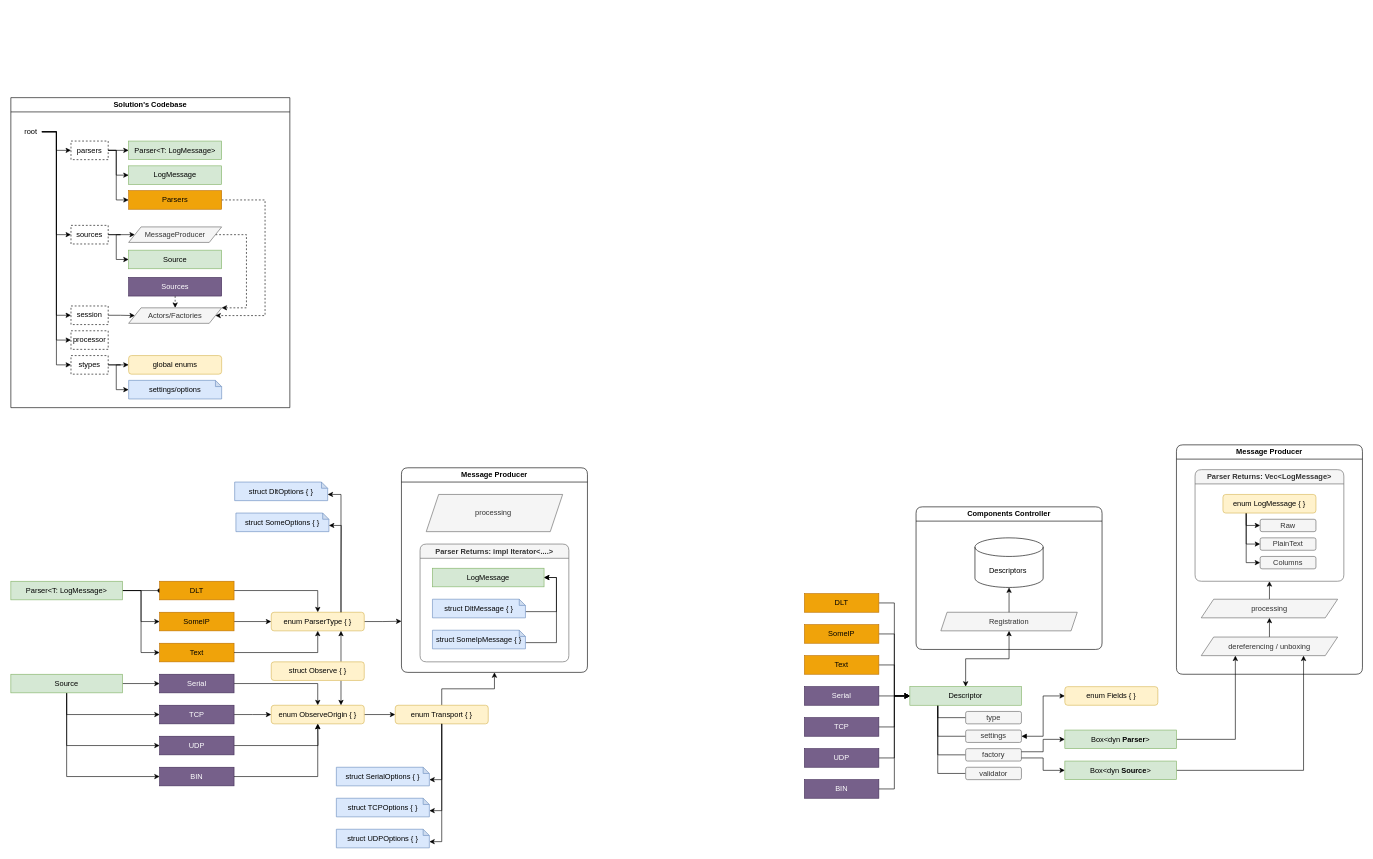
This is refactoring.drawio from DmitryAstafyev/chipmunk3_roadmap, a draw.io file, before an edit. Source tidied: cells renumbered, new cells numbered last; positions are measured from the earlier drawing's top-left corner, leaving out a move shared by most shapes. Both pictures are drawn from the tidied source at 62%, with x=0, y=0 at pixel (11, 97).
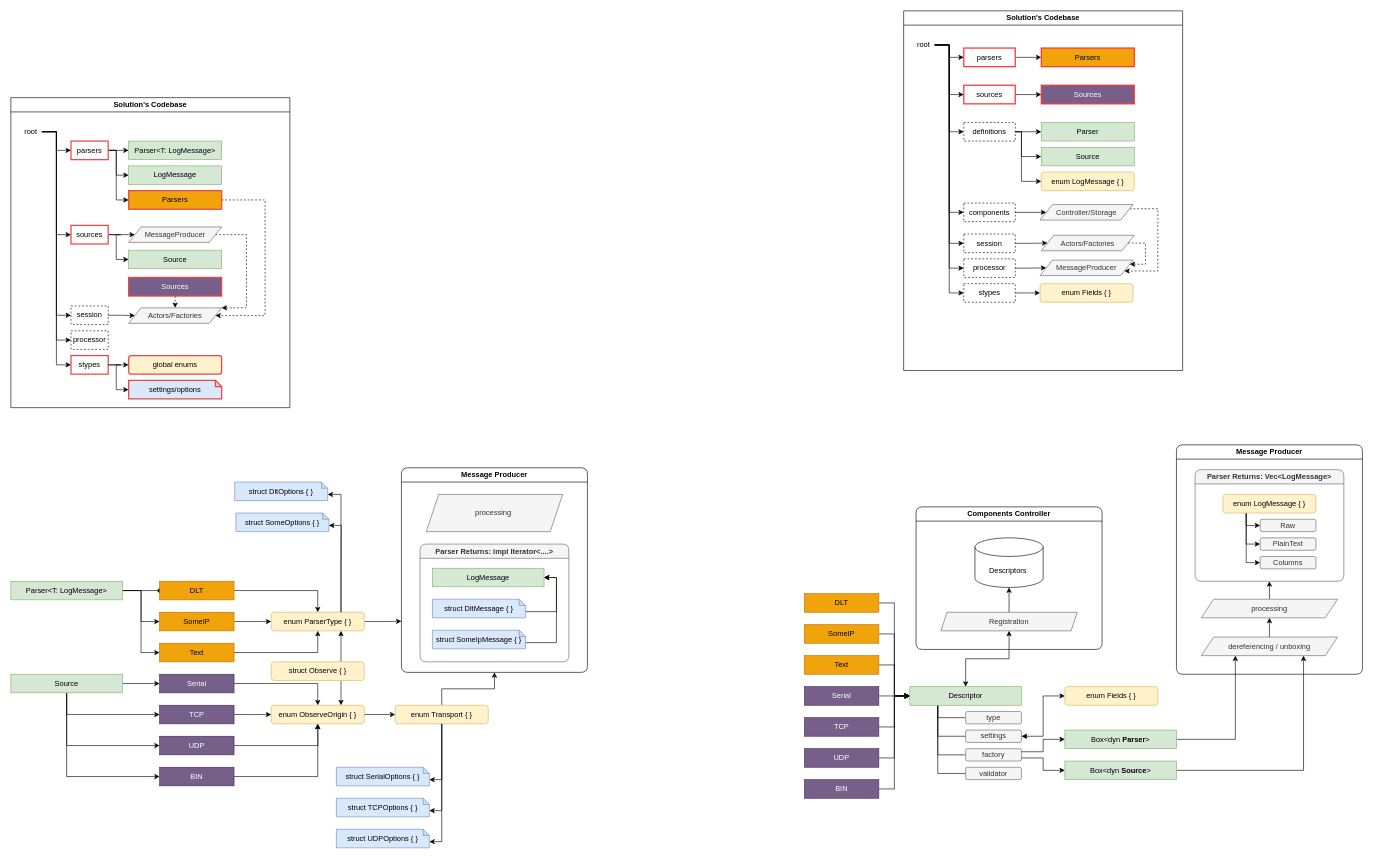
The same page after the edit.

The change refers to these unchanged cells:
```xml
<mxCell id="49" value="Solution's Codebase" style="swimlane;whiteSpace=wrap;html=1;" parent="1" vertex="1">
  <mxGeometry width="450" height="500" as="geometry" />
</mxCell>
```

The edit, as a diff of the source:
```diff
@@
-    <mxCell id="53" value="parsers" style="text;html=1;align=center;verticalAlign=middle;whiteSpace=wrap;rounded=0;strokeColor=default;dashed=1;" parent="49" vertex="1">
+    <mxCell id="53" value="parsers" style="text;html=1;align=center;verticalAlign=middle;whiteSpace=wrap;rounded=0;strokeColor=light-dark(#ed4545, #ededed);strokeWidth=2;" parent="49" vertex="1">
       <mxGeometry x="97" y="70" width="60" height="30" as="geometry" />
     </mxCell>
@@
-    <mxCell id="59" value="Parsers" style="rounded=0;whiteSpace=wrap;html=1;fillColor=#f0a30a;strokeColor=#BD7000;fontColor=#000000;" parent="49" vertex="1">
+    <mxCell id="59" value="Parsers" style="rounded=0;whiteSpace=wrap;html=1;fillColor=#f0a30a;strokeColor=light-dark(#ed4545, #ededed);fontColor=#000000;strokeWidth=2;" parent="49" vertex="1">
       <mxGeometry x="190" y="150" width="150" height="30" as="geometry" />
     </mxCell>
@@
-    <mxCell id="61" value="Sources" style="rounded=0;whiteSpace=wrap;html=1;fillColor=#76608a;fontColor=#ffffff;strokeColor=#432D57;" parent="49" vertex="1">
+    <mxCell id="61" value="Sources" style="rounded=0;whiteSpace=wrap;html=1;fillColor=#76608a;fontColor=#ffffff;strokeColor=light-dark(#ed4545, #ededed);strokeWidth=2;" parent="49" vertex="1">
       <mxGeometry x="190" y="290" width="150" height="30" as="geometry" />
     </mxCell>
@@
-    <mxCell id="65" value="sources" style="text;html=1;align=center;verticalAlign=middle;whiteSpace=wrap;rounded=0;strokeColor=default;dashed=1;" parent="1" vertex="1">
+    <mxCell id="65" value="sources" style="text;html=1;align=center;verticalAlign=middle;whiteSpace=wrap;rounded=0;strokeColor=light-dark(#ed4545, #ededed);strokeWidth=2;" parent="1" vertex="1">
       <mxGeometry x="97" y="206" width="60" height="30" as="geometry" />
     </mxCell>
@@
-    <mxCell id="70" value="stypes" style="text;html=1;align=center;verticalAlign=middle;whiteSpace=wrap;rounded=0;strokeColor=default;dashed=1;" parent="1" vertex="1">
+    <mxCell id="70" value="stypes" style="text;html=1;align=center;verticalAlign=middle;whiteSpace=wrap;rounded=0;strokeColor=light-dark(#ed4545, #ededed);strokeWidth=2;" parent="1" vertex="1">
       <mxGeometry x="97" y="416" width="60" height="30" as="geometry" />
     </mxCell>
-    <mxCell id="71" value="global enums" style="rounded=1;whiteSpace=wrap;html=1;fillColor=#fff2cc;strokeColor=#d6b656;" parent="1" vertex="1">
+    <mxCell id="71" value="global enums" style="rounded=1;whiteSpace=wrap;html=1;fillColor=#fff2cc;strokeColor=light-dark(#ed4545, #ededed);strokeWidth=2;" parent="1" vertex="1">
       <mxGeometry x="190" y="416" width="150" height="30" as="geometry" />
     </mxCell>
-    <mxCell id="72" value="settings/options" style="shape=note;whiteSpace=wrap;html=1;backgroundOutline=1;darkOpacity=0.05;size=10;fillColor=#dae8fc;strokeColor=#6c8ebf;" parent="1" vertex="1">
+    <mxCell id="72" value="settings/options" style="shape=note;whiteSpace=wrap;html=1;backgroundOutline=1;darkOpacity=0.05;size=10;fillColor=#dae8fc;strokeColor=light-dark(#ed4545, #ededed);strokeWidth=2;" parent="1" vertex="1">
       <mxGeometry x="190" y="456" width="150" height="30" as="geometry" />
     </mxCell>
@@
+    <mxCell id="134" value="Solution's Codebase" style="swimlane;whiteSpace=wrap;html=1;" parent="1" vertex="1">
+      <mxGeometry x="1440" y="-140" width="450" height="580" as="geometry" />
+    </mxCell>
+    <mxCell id="135" style="edgeStyle=orthogonalEdgeStyle;rounded=0;jettySize=auto;html=1;exitX=1;exitY=0.5;exitDx=0;exitDy=0;entryX=0;entryY=0.5;entryDx=0;entryDy=0;" parent="134" edge="1" source="136" target="141">
+      <mxGeometry relative="1" as="geometry" />
+    </mxCell>
+    <mxCell id="136" value="parsers" style="text;html=1;align=center;verticalAlign=middle;whiteSpace=wrap;rounded=0;strokeColor=light-dark(#FF3333,#EDEDED);strokeWidth=2;" parent="134" vertex="1">
+      <mxGeometry x="97" y="60" width="83" height="30" as="geometry" />
+    </mxCell>
+    <mxCell id="137" style="edgeStyle=orthogonalEdgeStyle;rounded=0;jettySize=auto;html=1;exitX=1;exitY=0.5;exitDx=0;exitDy=0;entryX=0;entryY=0.5;entryDx=0;entryDy=0;" parent="134" edge="1" source="140" target="136">
+      <mxGeometry relative="1" as="geometry" />
+    </mxCell>
+    <mxCell id="138" style="edgeStyle=orthogonalEdgeStyle;rounded=0;jettySize=auto;html=1;exitX=1;exitY=0.5;exitDx=0;exitDy=0;entryX=0;entryY=0.5;entryDx=0;entryDy=0;" parent="134" edge="1" source="140" target="146">
+      <mxGeometry relative="1" as="geometry" />
+    </mxCell>
+    <mxCell id="139" style="edgeStyle=orthogonalEdgeStyle;rounded=0;jettySize=auto;html=1;exitX=1;exitY=0.5;exitDx=0;exitDy=0;entryX=0;entryY=0.5;entryDx=0;entryDy=0;" parent="134" edge="1" source="140" target="154">
+      <mxGeometry relative="1" as="geometry" />
+    </mxCell>
+    <mxCell id="140" value="root" style="text;html=1;align=left;verticalAlign=middle;whiteSpace=wrap;rounded=0;" parent="134" vertex="1">
+      <mxGeometry x="20" y="40" width="30" height="30" as="geometry" />
+    </mxCell>
+    <mxCell id="141" value="Parsers" style="rounded=0;whiteSpace=wrap;html=1;fillColor=#f0a30a;strokeColor=#FF3333;fontColor=#000000;strokeWidth=2;" parent="134" vertex="1">
+      <mxGeometry x="222" y="60" width="150" height="30" as="geometry" />
+    </mxCell>
+    <mxCell id="142" value="Sources" style="rounded=0;whiteSpace=wrap;html=1;fillColor=#76608a;fontColor=#ffffff;strokeColor=#FF3333;strokeWidth=2;" parent="134" vertex="1">
+      <mxGeometry x="222" y="120" width="150" height="30" as="geometry" />
+    </mxCell>
+    <mxCell id="143" style="edgeStyle=orthogonalEdgeStyle;rounded=0;jettySize=auto;html=1;exitX=1;exitY=0.5;exitDx=0;exitDy=0;entryX=0;entryY=0.5;entryDx=0;entryDy=0;" parent="134" edge="1" source="146" target="147">
+      <mxGeometry relative="1" as="geometry" />
+    </mxCell>
+    <mxCell id="144" style="edgeStyle=orthogonalEdgeStyle;rounded=0;jettySize=auto;html=1;exitX=1;exitY=0.5;exitDx=0;exitDy=0;entryX=0;entryY=0.5;entryDx=0;entryDy=0;" parent="134" edge="1" source="146" target="148">
+      <mxGeometry relative="1" as="geometry">
+        <Array as="points">
+          <mxPoint x="190" y="195" />
+          <mxPoint x="190" y="235" />
+        </Array>
+      </mxGeometry>
+    </mxCell>
+    <mxCell id="145" style="edgeStyle=orthogonalEdgeStyle;rounded=0;jettySize=auto;html=1;exitX=1;exitY=0.5;exitDx=0;exitDy=0;entryX=0;entryY=0.5;entryDx=0;entryDy=0;" parent="134" edge="1" source="146" target="149">
+      <mxGeometry relative="1" as="geometry">
+        <Array as="points">
+          <mxPoint x="190" y="195" />
+          <mxPoint x="190" y="275" />
+        </Array>
+      </mxGeometry>
+    </mxCell>
+    <mxCell id="146" value="definitions" style="text;html=1;align=center;verticalAlign=middle;whiteSpace=wrap;rounded=0;strokeColor=default;dashed=1;" parent="134" vertex="1">
+      <mxGeometry x="97" y="180" width="83" height="30" as="geometry" />
+    </mxCell>
+    <mxCell id="147" value="Parser" style="rounded=0;whiteSpace=wrap;html=1;fillColor=#d5e8d4;strokeColor=#82b366;" parent="134" vertex="1">
+      <mxGeometry x="222" y="180" width="150" height="30" as="geometry" />
+    </mxCell>
+    <mxCell id="148" value="Source" style="rounded=0;whiteSpace=wrap;html=1;fillColor=#d5e8d4;strokeColor=#82b366;" parent="134" vertex="1">
+      <mxGeometry x="222" y="220" width="150" height="30" as="geometry" />
+    </mxCell>
+    <mxCell id="149" value="enum LogMessage { }" style="rounded=1;whiteSpace=wrap;html=1;fillColor=#fff2cc;strokeColor=#d6b656;" parent="134" vertex="1">
+      <mxGeometry x="222" y="260" width="150" height="30" as="geometry" />
+    </mxCell>
+    <mxCell id="150" style="edgeStyle=orthogonalEdgeStyle;rounded=0;jettySize=auto;html=1;exitX=1;exitY=0.5;exitDx=0;exitDy=0;entryX=0;entryY=0.5;entryDx=0;entryDy=0;" parent="134" edge="1" source="151" target="142">
+      <mxGeometry relative="1" as="geometry" />
+    </mxCell>
+    <mxCell id="151" value="sources" style="text;html=1;align=center;verticalAlign=middle;whiteSpace=wrap;rounded=0;strokeColor=light-dark(#FF3333,#EDEDED);strokeWidth=2;" parent="134" vertex="1">
+      <mxGeometry x="97" y="120" width="83" height="30" as="geometry" />
+    </mxCell>
+    <mxCell id="152" style="edgeStyle=orthogonalEdgeStyle;rounded=0;jettySize=auto;html=1;exitX=1;exitY=0.5;exitDx=0;exitDy=0;entryX=0;entryY=0.5;entryDx=0;entryDy=0;" parent="134" edge="1" source="140" target="151">
+      <mxGeometry relative="1" as="geometry" />
+    </mxCell>
+    <mxCell id="153" style="edgeStyle=orthogonalEdgeStyle;rounded=0;jettySize=auto;html=1;exitX=1;exitY=0.5;exitDx=0;exitDy=0;entryX=0;entryY=0.5;entryDx=0;entryDy=0;" parent="134" edge="1" source="154" target="156">
+      <mxGeometry relative="1" as="geometry" />
+    </mxCell>
+    <mxCell id="154" value="components" style="text;html=1;align=center;verticalAlign=middle;whiteSpace=wrap;rounded=0;strokeColor=default;dashed=1;" parent="134" vertex="1">
+      <mxGeometry x="97" y="310" width="83" height="30" as="geometry" />
+    </mxCell>
+    <mxCell id="155" style="edgeStyle=orthogonalEdgeStyle;rounded=0;jettySize=auto;html=1;exitX=1;exitY=0.25;exitDx=0;exitDy=0;entryX=1;entryY=0.75;entryDx=0;entryDy=0;dashed=1;" parent="134" edge="1" source="156" target="167">
+      <mxGeometry relative="1" as="geometry">
+        <Array as="points">
+          <mxPoint x="410" y="319" />
+          <mxPoint x="410" y="420" />
+        </Array>
+      </mxGeometry>
+    </mxCell>
+    <mxCell id="156" value="Controller/Storage" style="shape=parallelogram;perimeter=parallelogramPerimeter;whiteSpace=wrap;html=1;fixedSize=1;fillColor=#f5f5f5;fontColor=#333333;strokeColor=#666666;" parent="134" vertex="1">
+      <mxGeometry x="220" y="312.5" width="150" height="25" as="geometry" />
+    </mxCell>
+    <mxCell id="157" style="edgeStyle=orthogonalEdgeStyle;rounded=0;jettySize=auto;html=1;exitX=1;exitY=0.5;exitDx=0;exitDy=0;entryX=0;entryY=0.5;entryDx=0;entryDy=0;" parent="134" edge="1" source="158" target="169">
+      <mxGeometry relative="1" as="geometry" />
+    </mxCell>
+    <mxCell id="158" value="session" style="text;html=1;align=center;verticalAlign=middle;whiteSpace=wrap;rounded=0;strokeColor=default;dashed=1;" parent="134" vertex="1">
+      <mxGeometry x="97" y="360" width="83" height="30" as="geometry" />
+    </mxCell>
+    <mxCell id="159" style="edgeStyle=orthogonalEdgeStyle;rounded=0;jettySize=auto;html=1;exitX=1;exitY=0.5;exitDx=0;exitDy=0;entryX=0;entryY=0.5;entryDx=0;entryDy=0;" parent="134" edge="1" source="160" target="167">
+      <mxGeometry relative="1" as="geometry" />
+    </mxCell>
+    <mxCell id="160" value="processor" style="text;html=1;align=center;verticalAlign=middle;whiteSpace=wrap;rounded=0;strokeColor=default;dashed=1;" parent="134" vertex="1">
+      <mxGeometry x="97" y="400" width="83" height="30" as="geometry" />
+    </mxCell>
+    <mxCell id="161" style="edgeStyle=orthogonalEdgeStyle;rounded=0;jettySize=auto;html=1;exitX=1;exitY=0.5;exitDx=0;exitDy=0;entryX=0;entryY=0.5;entryDx=0;entryDy=0;" parent="134" edge="1" source="162" target="166">
+      <mxGeometry relative="1" as="geometry" />
+    </mxCell>
+    <mxCell id="162" value="stypes" style="text;html=1;align=center;verticalAlign=middle;whiteSpace=wrap;rounded=0;strokeColor=default;dashed=1;" parent="134" vertex="1">
+      <mxGeometry x="97" y="440" width="83" height="30" as="geometry" />
+    </mxCell>
+    <mxCell id="163" style="edgeStyle=orthogonalEdgeStyle;rounded=0;jettySize=auto;html=1;exitX=1;exitY=0.5;exitDx=0;exitDy=0;entryX=0;entryY=0.5;entryDx=0;entryDy=0;" parent="134" edge="1" source="140" target="158">
+      <mxGeometry relative="1" as="geometry" />
+    </mxCell>
+    <mxCell id="164" style="edgeStyle=orthogonalEdgeStyle;rounded=0;jettySize=auto;html=1;exitX=1;exitY=0.5;exitDx=0;exitDy=0;entryX=0;entryY=0.5;entryDx=0;entryDy=0;" parent="134" edge="1" source="140" target="160">
+      <mxGeometry relative="1" as="geometry" />
+    </mxCell>
+    <mxCell id="165" style="edgeStyle=orthogonalEdgeStyle;rounded=0;jettySize=auto;html=1;exitX=1;exitY=0.5;exitDx=0;exitDy=0;entryX=0;entryY=0.5;entryDx=0;entryDy=0;" parent="134" edge="1" source="140" target="162">
+      <mxGeometry relative="1" as="geometry" />
+    </mxCell>
+    <mxCell id="166" value="enum Fields { }" style="rounded=1;whiteSpace=wrap;html=1;fillColor=#fff2cc;strokeColor=#d6b656;" parent="134" vertex="1">
+      <mxGeometry x="220" y="440" width="150" height="30" as="geometry" />
+    </mxCell>
+    <mxCell id="167" value="MessageProducer" style="shape=parallelogram;perimeter=parallelogramPerimeter;whiteSpace=wrap;html=1;fixedSize=1;fillColor=#f5f5f5;fontColor=#333333;strokeColor=#666666;" parent="134" vertex="1">
+      <mxGeometry x="220" y="402" width="150" height="25" as="geometry" />
+    </mxCell>
+    <mxCell id="168" style="edgeStyle=orthogonalEdgeStyle;rounded=0;jettySize=auto;html=1;exitX=1;exitY=0.5;exitDx=0;exitDy=0;entryX=1;entryY=0.25;entryDx=0;entryDy=0;dashed=1;" parent="134" edge="1" source="169" target="167">
+      <mxGeometry relative="1" as="geometry">
+        <Array as="points">
+          <mxPoint x="390" y="375" />
+          <mxPoint x="390" y="409" />
+        </Array>
+      </mxGeometry>
+    </mxCell>
+    <mxCell id="169" value="Actors/Factories" style="shape=parallelogram;perimeter=parallelogramPerimeter;whiteSpace=wrap;html=1;fixedSize=1;fillColor=#f5f5f5;fontColor=#333333;strokeColor=#666666;" parent="134" vertex="1">
+      <mxGeometry x="222" y="362" width="150" height="25" as="geometry" />
+    </mxCell>
```
